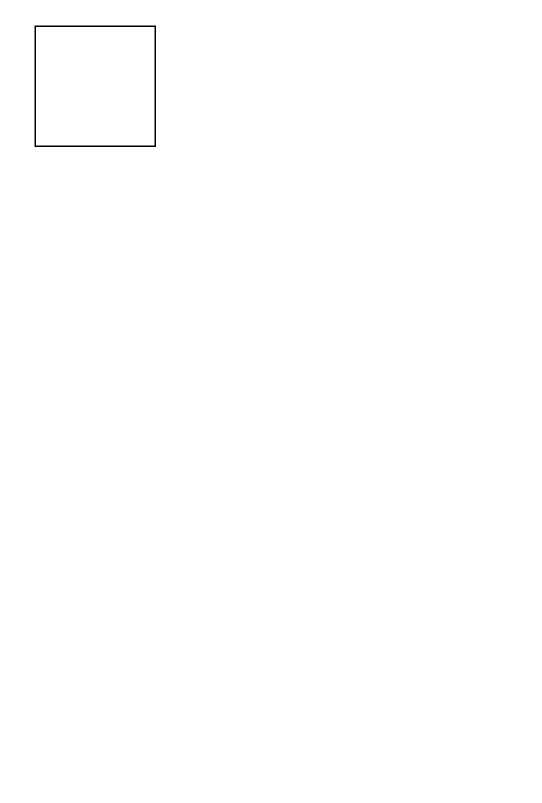
thammarat-ai/diagram-se keeps this draw.io diagram as microservices.drawio. Above is the earlier version. Source tidied: cells renumbered, new cells numbered last; positions are measured from the earlier drawing's top-left corner, leaving out a move shared by most shapes. Both pictures are drawn from the tidied source at 150%, with x=0, y=0 at pixel (34, 26).
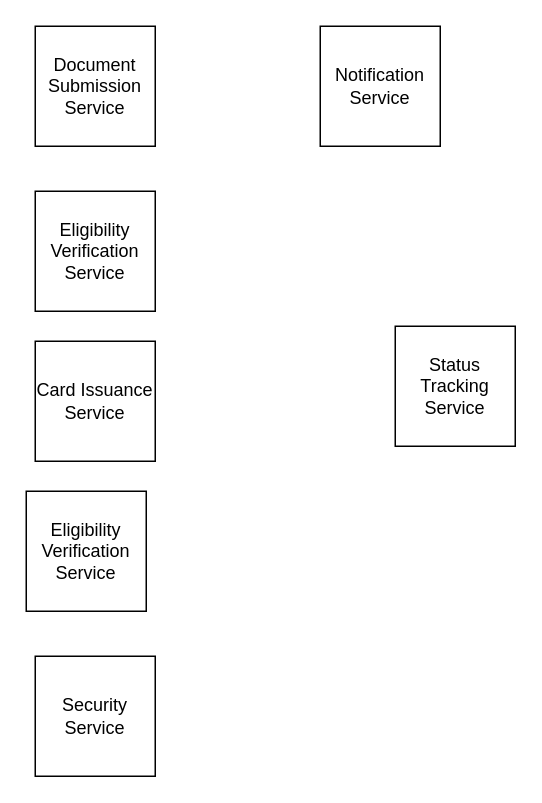
The same page after the edit.

Change to the diagram source:
```diff
@@
 <mxGraphModel>
   <root>
     <mxCell id="0" />
     <mxCell id="1" parent="0" />
-    <mxCell id="2" style="whiteSpace=wrap;html=1;" parent="1" vertex="1">
+    <mxCell id="2" value="Document Submission Service" style="whiteSpace=wrap;html=1;" parent="1" vertex="1">
       <mxGeometry width="80" height="80" as="geometry" />
     </mxCell>
+    <mxCell id="3" value="Eligibility Verification Service" style="whiteSpace=wrap;html=1;" parent="1" vertex="1">
+      <mxGeometry y="110" width="80" height="80" as="geometry" />
+    </mxCell>
+    <mxCell id="4" value="Card Issuance Service" style="whiteSpace=wrap;html=1;" parent="1" vertex="1">
+      <mxGeometry y="210" width="80" height="80" as="geometry" />
+    </mxCell>
+    <mxCell id="5" value="Eligibility Verification Service" style="whiteSpace=wrap;html=1;" parent="1" vertex="1">
+      <mxGeometry x="-6" y="310" width="80" height="80" as="geometry" />
+    </mxCell>
+    <mxCell id="6" value="Status Tracking Service" style="whiteSpace=wrap;html=1;" parent="1" vertex="1">
+      <mxGeometry x="240" y="200" width="80" height="80" as="geometry" />
+    </mxCell>
+    <mxCell id="7" value="Security Service" style="whiteSpace=wrap;html=1;" parent="1" vertex="1">
+      <mxGeometry y="420" width="80" height="80" as="geometry" />
+    </mxCell>
+    <mxCell id="8" value="Notification Service" style="whiteSpace=wrap;html=1;" parent="1" vertex="1">
+      <mxGeometry x="190" width="80" height="80" as="geometry" />
+    </mxCell>
   </root>
 </mxGraphModel>
```
